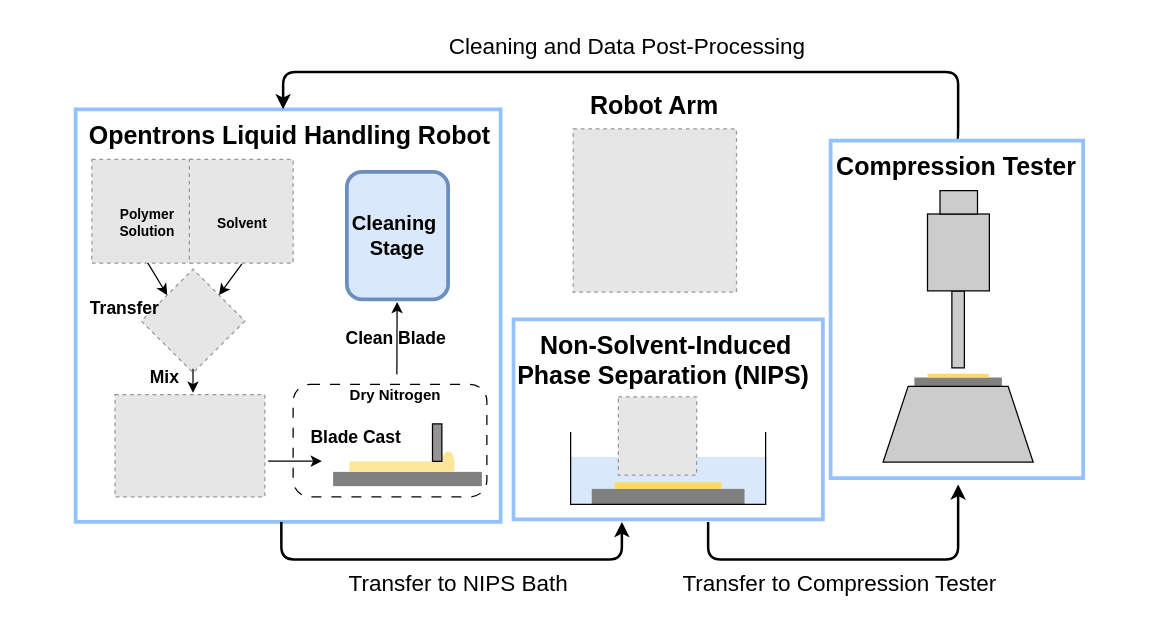
This is HTE_workflow_for_poster_simple.drawio from Toniaac/hte-data-processing, a draw.io file, before an edit. Source tidied: cells renumbered, new cells numbered last; positions are measured from the earlier drawing's top-left corner, leaving out a move shared by most shapes. Both pictures are drawn from the tidied source at 125%, with x=0, y=0 at pixel (59, 21). Pictures stored in the file or linked from it are replaced by grey dashed boxes.
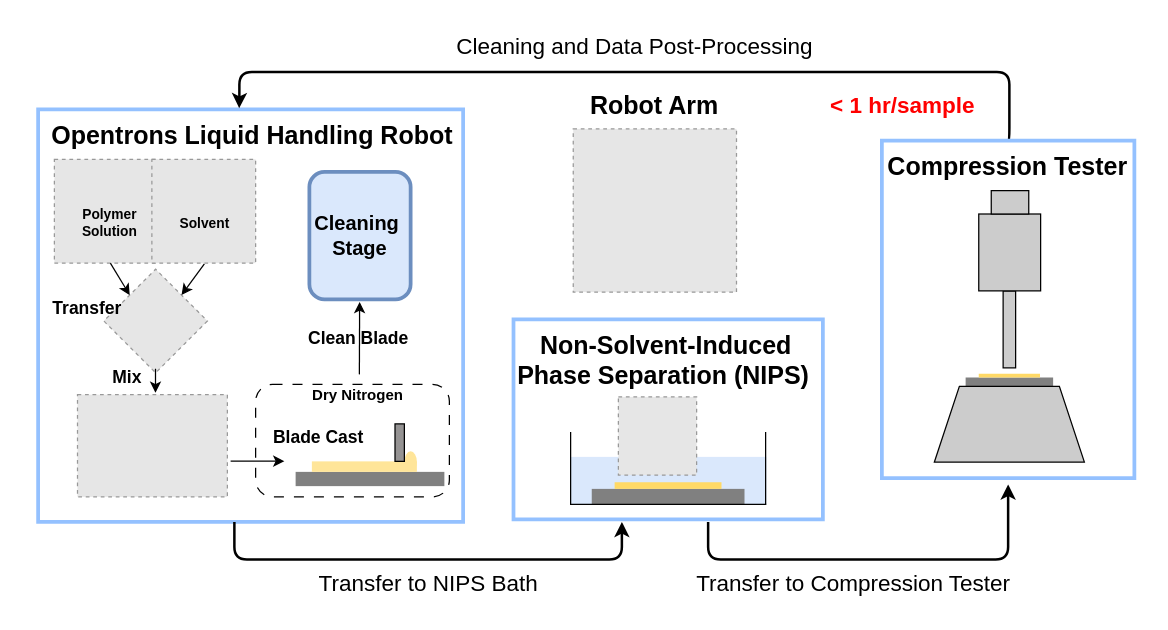
The same diagram, later.

The change refers to these unchanged cells:
```xml
<mxCell id="3" style="rounded=0;whiteSpace=wrap;html=1;fontSize=12;fillColor=none;strokeColor=#94c1ff;gradientColor=none;strokeWidth=3;" parent="2" vertex="1">
  <mxGeometry x="4" width="340" height="330" as="geometry" />
</mxCell>
<mxCell id="42" value="&lt;font style=&quot;&quot;&gt;&lt;font style=&quot;font-size: 20px;&quot;&gt;&amp;nbsp; &amp;nbsp; Compression Tester&amp;nbsp;&lt;/font&gt;&lt;/font&gt;" style="text;html=1;align=center;verticalAlign=middle;points=[];strokeColor=none;fillColor=none;fontSize=12;fontStyle=1;" parent="33" vertex="1">
  <mxGeometry x="-5" width="230" height="40" as="geometry" />
</mxCell>
```

Change to the diagram source:
```diff
@@
     <mxCell id="2" style="group;" parent="1" vertex="1">
-      <mxGeometry x="9" y="70" width="345" height="330" as="geometry" />
+      <mxGeometry x="-21" y="70" width="345" height="330" as="geometry" />
     </mxCell>
@@
-    <mxCell id="30" style="edgeStyle=orthogonalEdgeStyle;rounded=1;jettySize=auto;html=1;fontSize=14;strokeColor=#000000;strokeWidth=2;curved=0;exitX=0.484;exitY=1;exitDx=0;exitDy=0;exitPerimeter=0;" parent="1" edge="1" source="3">
+    <mxCell id="30" style="edgeStyle=orthogonalEdgeStyle;rounded=1;orthogonalLoop=1;jettySize=auto;html=1;fontSize=14;strokeColor=#000000;strokeWidth=2;curved=0;" parent="1" edge="1">
       <mxGeometry relative="1" as="geometry">
+        <mxPoint x="140" y="400" as="sourcePoint" />
         <mxPoint x="450" y="400" as="targetPoint" />
         <Array as="points">
-          <mxPoint x="178" y="430" />
+          <mxPoint x="140" y="430" />
           <mxPoint x="450" y="430" />
         </Array>
       </mxGeometry>
     </mxCell>
-    <mxCell id="31" style="edgeStyle=orthogonalEdgeStyle;rounded=1;jettySize=auto;html=1;fontSize=14;strokeColor=#000000;strokeWidth=2;curved=0;exitX=0.539;exitY=0;exitDx=0;exitDy=0;exitPerimeter=0;" parent="1" edge="1" source="42">
+    <mxCell id="31" style="edgeStyle=orthogonalEdgeStyle;rounded=1;jettySize=auto;html=1;fontSize=14;strokeColor=#000000;strokeWidth=2;curved=0;exitX=0.539;exitY=0;exitDx=0;exitDy=0;exitPerimeter=0;entryX=0.473;entryY=-0.003;entryDx=0;entryDy=0;entryPerimeter=0;" parent="1" edge="1" source="42" target="3">
       <mxGeometry relative="1" as="geometry">
-        <mxPoint x="179" y="70" as="targetPoint" />
         <Array as="points">
-          <mxPoint x="719" y="95" />
-          <mxPoint x="719" y="40" />
-          <mxPoint x="179" y="40" />
+          <mxPoint x="760" y="95" />
+          <mxPoint x="760" y="40" />
+          <mxPoint x="144" y="40" />
+          <mxPoint x="144" y="60" />
         </Array>
       </mxGeometry>
     </mxCell>
     <mxCell id="32" style="edgeStyle=orthogonalEdgeStyle;rounded=1;orthogonalLoop=1;jettySize=auto;html=1;fontSize=14;strokeColor=#000000;strokeWidth=2;curved=0;" parent="1" edge="1">
       <mxGeometry relative="1" as="geometry">
         <mxPoint x="519" y="400" as="sourcePoint" />
-        <mxPoint x="719" y="370" as="targetPoint" />
+        <mxPoint x="759" y="370" as="targetPoint" />
         <Array as="points">
           <mxPoint x="519" y="430" />
-          <mxPoint x="719" y="430" />
-          <mxPoint x="719" y="370" />
+          <mxPoint x="759" y="430" />
         </Array>
       </mxGeometry>
     </mxCell>
     <mxCell id="33" style="group;" parent="1" vertex="1">
-      <mxGeometry x="599" y="95" width="230" height="280" as="geometry" />
+      <mxGeometry x="640" y="95" width="230" height="280" as="geometry" />
     </mxCell>
@@
     <mxCell id="56" value="&lt;span&gt;Cleaning and Data Post-Processing&lt;/span&gt;" style="text;html=1;align=center;verticalAlign=middle;strokeColor=none;fillColor=none;fontSize=18;fontStyle=0;" parent="1" vertex="1">
-      <mxGeometry x="299" width="310" height="40" as="geometry" />
+      <mxGeometry x="305" width="310" height="40" as="geometry" />
     </mxCell>
     <mxCell id="57" value="&lt;span&gt;Transfer to NIPS Bath&lt;/span&gt;" style="text;html=1;align=center;verticalAlign=middle;strokeColor=none;fillColor=none;fontSize=18;fontStyle=0;" parent="1" vertex="1">
-      <mxGeometry x="219" y="430" width="200" height="40" as="geometry" />
+      <mxGeometry x="195" y="430" width="200" height="40" as="geometry" />
     </mxCell>
     <mxCell id="58" value="&lt;span&gt;Transfer to Compression Tester&lt;/span&gt;" style="text;html=1;align=center;verticalAlign=middle;strokeColor=none;fillColor=none;fontSize=18;fontStyle=0;" parent="1" vertex="1">
-      <mxGeometry x="489" y="430" width="270" height="40" as="geometry" />
+      <mxGeometry x="500" y="430" width="270" height="40" as="geometry" />
     </mxCell>
+    <mxCell id="59" value="&amp;lt; 1 hr/sample" style="text;whiteSpace=wrap;html=1;fontSize=18;fontStyle=1;fontColor=#FF0000;" parent="1" vertex="1">
+      <mxGeometry x="615" y="50" width="140" height="40" as="geometry" />
+    </mxCell>
```
